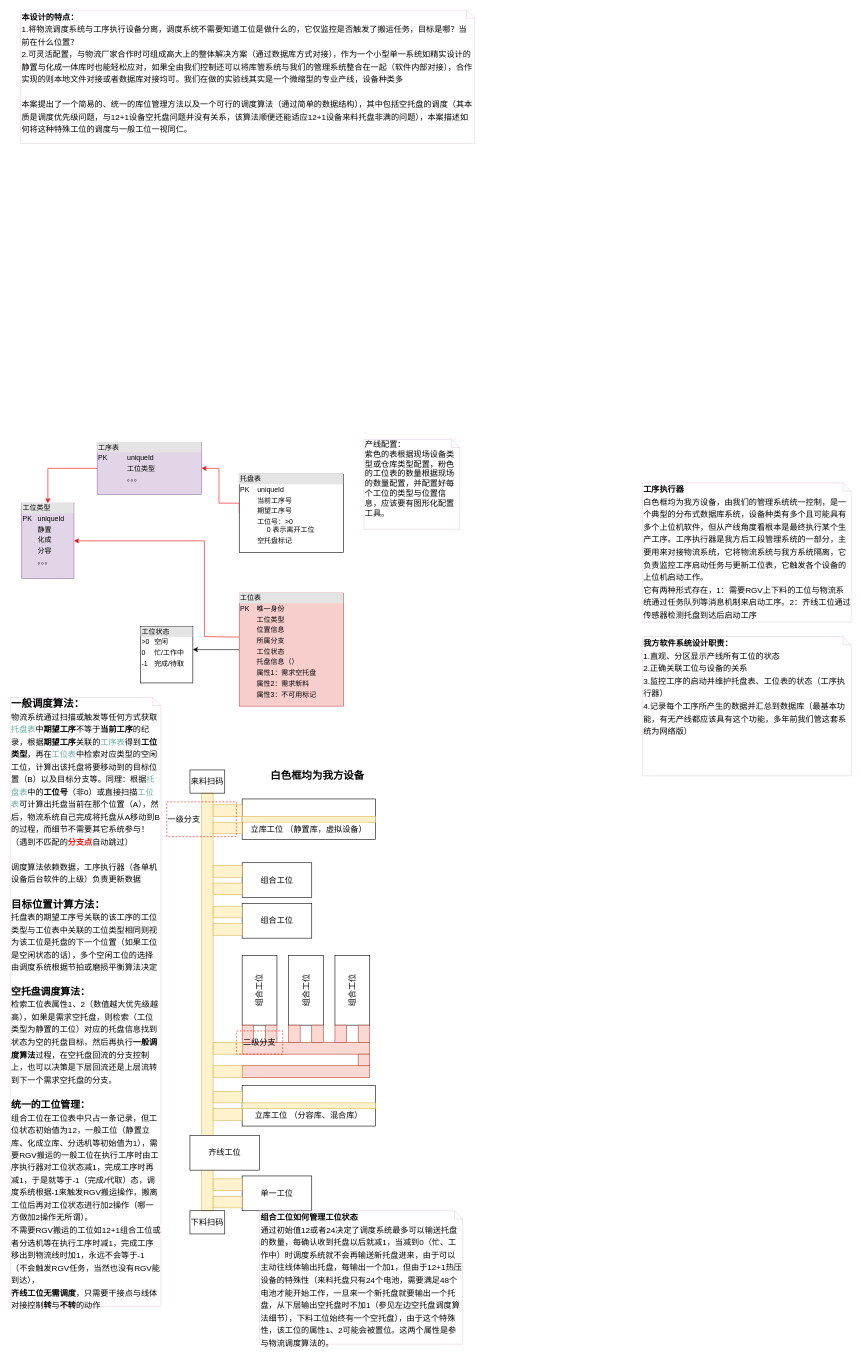
Before: page "第 2 页" (2 of 2) of 未命名表单.drawio in samos2011/drawio, a draw.io diagram. Source tidied: cells renumbered, new cells numbered last; positions are measured from the earlier drawing's top-left corner, leaving out a move shared by most shapes. Both pictures are drawn from the tidied source at 58%, with x=0, y=0 at pixel (10, 10).
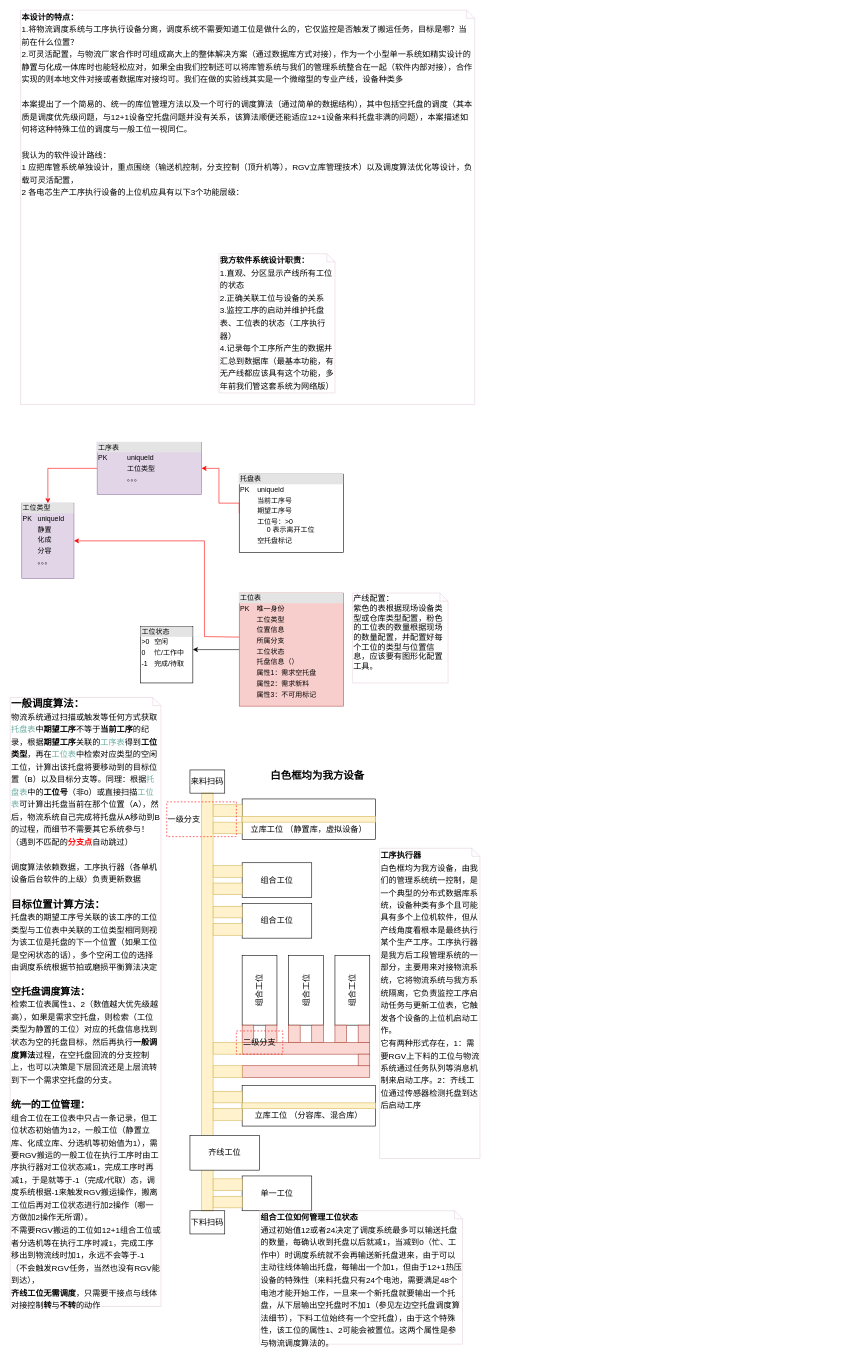
The same page after the edit.

Commit message (it also covers changes not shown here):
更新未命名表单.drawio

The edit, as a diff of the source:
```diff
@@
     <mxCell id="46" value="&lt;span style=&quot;font-size: 14px&quot;&gt;&lt;b&gt;工序执行器&lt;br&gt;&lt;/b&gt;白色框均为我方设备，由我们的管理系统统一控制，是一个典型的分布式数据库系统，设备种类有多个且可能具有多个上位机软件，但从产线角度看根本是最终执行某个生产工序。工序执行器是我方后工段管理系统的一部分，主要用来对接物流系统，它将物流系统与我方系统隔离，它负责监控工序启动任务与更新工位表，它触发各个设备的上位机启动工作。&lt;br&gt;它有两种形式存在，1：需要RGV上下料的工位与物流系统通过任务队列等消息机制来启动工序。2：齐线工位通过传感器检测托盘到达后启动工序&lt;br&gt;&lt;/span&gt;" style="shape=note;whiteSpace=wrap;html=1;size=14;verticalAlign=top;align=left;spacingTop=-6;rounded=0;shadow=0;dashed=0;labelBackgroundColor=none;strokeColor=#E6D0DE;fillColor=none;fontSize=18;" parent="1" vertex="1">
-      <mxGeometry x="1090" y="815" width="360" height="240" as="geometry" />
+      <mxGeometry x="637" y="1445" width="173" height="535" as="geometry" />
     </mxCell>
@@
-    <mxCell id="48" value="&lt;span style=&quot;font-size: 14px&quot;&gt;&lt;b&gt;本设计的特点：&lt;br&gt;&lt;/b&gt;1.将物流调度系统与工序执行设备分离，调度系统不需要知道工位是做什么的，它仅监控是否触发了搬运任务，目标是哪？当前在什么位置？&lt;br&gt;2.可灵活配置，与物流厂家合作时可组成高大上的整体解决方案（通过数据库方式对接），作为一个小型单一系统如精实设计的静置与化成一体库时也能轻松应对，如果全由我们控制还可以将库管系统与我们的管理系统整合在一起（软件内部对接），合作实现的则本地文件对接或者数据库对接均可。我们在做的实验线其实是一个微缩型的专业产线，设备种类多&lt;br&gt;&lt;br&gt;本案提出了一个简易的、统一的库位管理方法以及一个可行的调度算法（通过简单的数据结构），其中包括空托盘的调度（其本质是调度优先级问题，与12+1设备空托盘问题并没有关系，该算法顺便还能适应12+1设备来料托盘非满的问题），本案描述如何将这种特殊工位的调度与一般工位一视同仁。&lt;br&gt;&lt;br&gt;&lt;/span&gt;" style="shape=note;whiteSpace=wrap;html=1;size=14;verticalAlign=top;align=left;spacingTop=-6;rounded=0;shadow=0;dashed=0;labelBackgroundColor=none;strokeColor=#E6D0DE;fillColor=none;fontSize=18;" parent="1" vertex="1">
-      <mxGeometry x="18" width="783" height="230" as="geometry" />
+    <mxCell id="48" value="&lt;span style=&quot;font-size: 14px&quot;&gt;&lt;b&gt;本设计的特点：&lt;br&gt;&lt;/b&gt;1.将物流调度系统与工序执行设备分离，调度系统不需要知道工位是做什么的，它仅监控是否触发了搬运任务，目标是哪？当前在什么位置？&lt;br&gt;2.可灵活配置，与物流厂家合作时可组成高大上的整体解决方案（通过数据库方式对接），作为一个小型单一系统如精实设计的静置与化成一体库时也能轻松应对，如果全由我们控制还可以将库管系统与我们的管理系统整合在一起（软件内部对接），合作实现的则本地文件对接或者数据库对接均可。我们在做的实验线其实是一个微缩型的专业产线，设备种类多&lt;br&gt;&lt;br&gt;本案提出了一个简易的、统一的库位管理方法以及一个可行的调度算法（通过简单的数据结构），其中包括空托盘的调度（其本质是调度优先级问题，与12+1设备空托盘问题并没有关系，该算法顺便还能适应12+1设备来料托盘非满的问题），本案描述如何将这种特殊工位的调度与一般工位一视同仁。&lt;br&gt;&lt;br&gt;我认为的软件设计路线：&lt;br&gt;1 应把库管系统单独设计，重点围绕（输送机控制，分支控制（顶升机等），RGV立库管理技术）以及调度算法优化等设计，负载可灵活配置，&lt;br&gt;2 各电芯生产工序执行设备的上位机应具有以下3个功能层级：&lt;br&gt;&lt;/span&gt;" style="shape=note;whiteSpace=wrap;html=1;size=14;verticalAlign=top;align=left;spacingTop=-6;rounded=0;shadow=0;dashed=0;labelBackgroundColor=none;strokeColor=#E6D0DE;fillColor=none;fontSize=18;" parent="1" vertex="1">
+      <mxGeometry x="18" width="783" height="680" as="geometry" />
     </mxCell>
@@
     <mxCell id="50" value="产线配置：&lt;br&gt;紫色的表根据现场设备类型或仓库类型配置，粉色的工位表的数量根据现场的数量配置，并配置好每个工位的类型与位置信息，应该要有图形化配置工具。" style="shape=note;whiteSpace=wrap;html=1;size=14;verticalAlign=top;align=left;spacingTop=-6;fontSize=14;fillColor=none;strokeColor=#E6D0DE;" parent="1" vertex="1">
-      <mxGeometry x="610" y="740" width="165" height="155" as="geometry" />
+      <mxGeometry x="590" y="1005" width="165" height="155" as="geometry" />
     </mxCell>
     <mxCell id="51" value="&lt;span style=&quot;font-size: 14px&quot;&gt;&lt;b&gt;我方软件系统设计职责：&lt;br&gt;&lt;/b&gt;1.直观、分区显示产线所有工位的状态&lt;br&gt;2.正确关联工位与设备的关系&lt;br&gt;3.监控工序的启动并维护托盘表、工位表的状态（工序执行器）&lt;br&gt;4.记录每个工序所产生的数据并汇总到数据库（最基本功能，有无产线都应该具有这个功能，多年前我们管这套系统为网络版）&lt;br&gt;&lt;/span&gt;" style="shape=note;whiteSpace=wrap;html=1;size=14;verticalAlign=top;align=left;spacingTop=-6;rounded=0;shadow=0;dashed=0;labelBackgroundColor=none;strokeColor=#E6D0DE;fillColor=none;fontSize=18;" parent="1" vertex="1">
-      <mxGeometry x="1090" y="1080" width="360" height="240" as="geometry" />
+      <mxGeometry x="360" y="420" width="200" height="240" as="geometry" />
     </mxCell>
```
